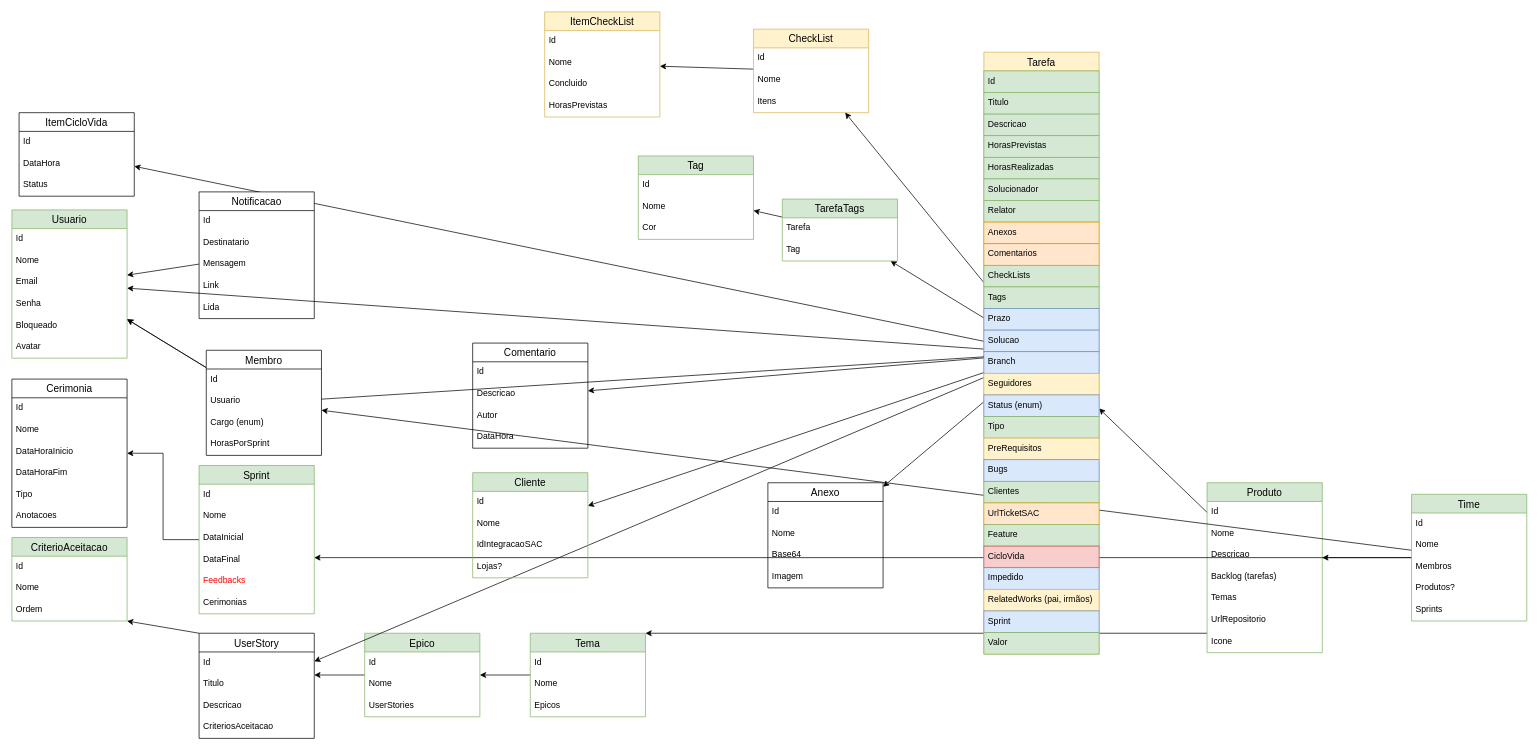
The draw.io diagram page "ordem" (2 of 2) of Agilis-Back/docs/Untitled Diagram.drawio in ddsdaniel/Agilis, before the edit. Source tidied: cells renumbered, new cells numbered last; positions are measured from the earlier drawing's top-left corner, leaving out a move shared by most shapes. Both pictures are drawn from the tidied source at 72%, with x=0, y=0 at pixel (12, 12).
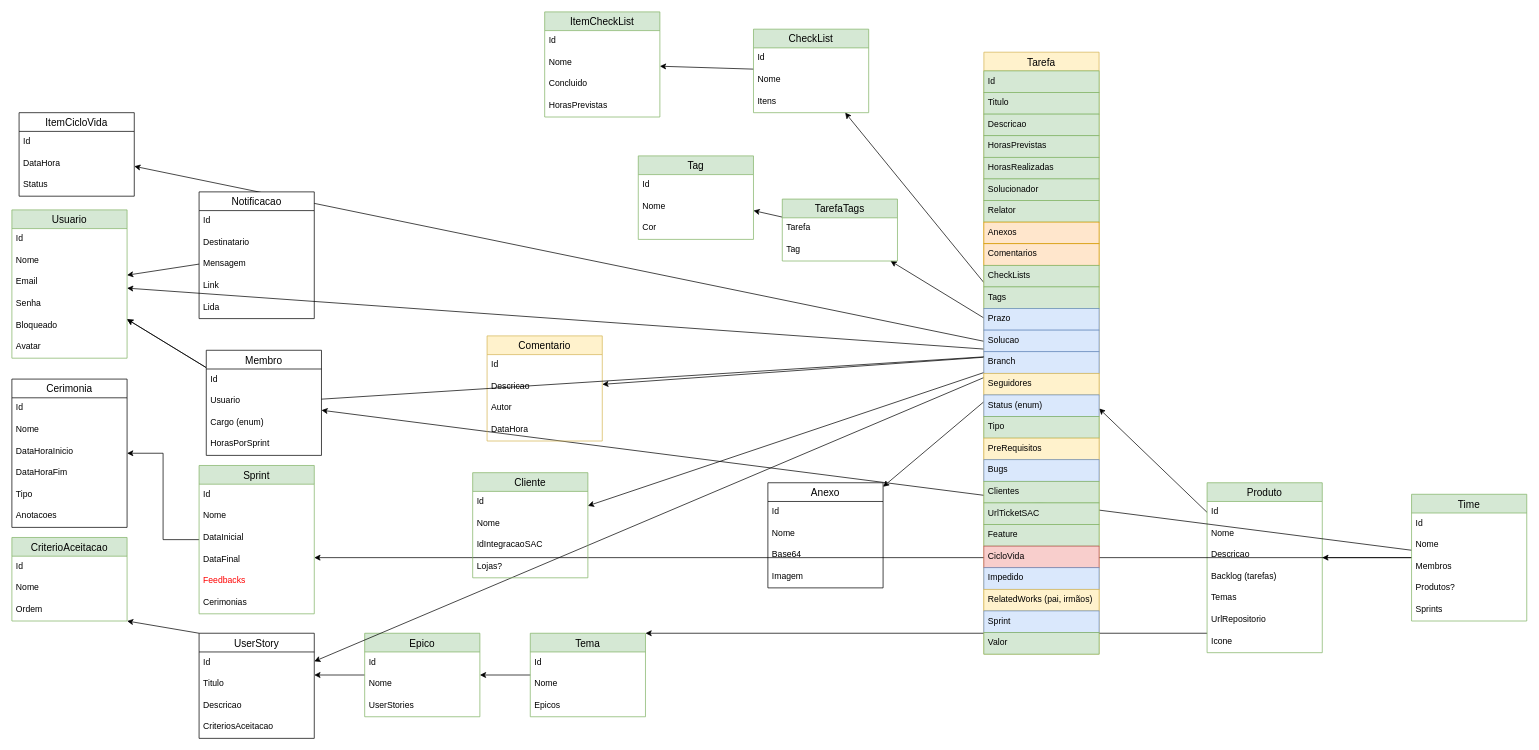
The same diagram, later.

The change refers to these unchanged cells:
```xml
<mxCell id="89" value="Tarefa" style="swimlane;fontStyle=0;horizontal=1;startSize=26;align=center;fontSize=14;fillColor=#fff2cc;strokeColor=#d6b656;" parent="1" vertex="1">
  <mxGeometry x="1350" y="56" width="160" height="836" as="geometry" />
</mxCell>
```

What changed in the source:
```diff
@@
-    <mxCell id="62" value="Comentario" style="swimlane;fontStyle=0;horizontal=1;startSize=26;align=center;fontSize=14;" parent="1" vertex="1">
-      <mxGeometry x="640" y="460" width="160" height="146" as="geometry" />
+    <mxCell id="62" value="Comentario" style="swimlane;fontStyle=0;horizontal=1;startSize=26;align=center;fontSize=14;fillColor=#fff2cc;strokeColor=#d6b656;" parent="1" vertex="1">
+      <mxGeometry x="660" y="450" width="160" height="146" as="geometry" />
     </mxCell>
@@
-    <mxCell id="68" value="CheckList" style="swimlane;fontStyle=0;horizontal=1;startSize=26;align=center;fontSize=14;fillColor=#fff2cc;strokeColor=#d6b656;" parent="1" vertex="1">
+    <mxCell id="68" value="CheckList" style="swimlane;fontStyle=0;horizontal=1;startSize=26;align=center;fontSize=14;fillColor=#d5e8d4;strokeColor=#82b366;" parent="1" vertex="1">
       <mxGeometry x="1030" y="24" width="160" height="116" as="geometry" />
     </mxCell>
@@
-    <mxCell id="72" value="ItemCheckList" style="swimlane;fontStyle=0;horizontal=1;startSize=26;align=center;fontSize=14;fillColor=#fff2cc;strokeColor=#d6b656;" parent="1" vertex="1">
+    <mxCell id="72" value="ItemCheckList" style="swimlane;fontStyle=0;horizontal=1;startSize=26;align=center;fontSize=14;fillColor=#d5e8d4;strokeColor=#82b366;" parent="1" vertex="1">
       <mxGeometry x="740" width="160" height="146" as="geometry" />
     </mxCell>
@@
-    <mxCell id="110" value="UrlTicketSAC" style="text;strokeColor=#d79b00;fillColor=#ffe6cc;spacingLeft=4;spacingRight=4;overflow=hidden;fontSize=12;" parent="89" vertex="1">
+    <mxCell id="110" value="UrlTicketSAC" style="text;strokeColor=#82b366;fillColor=#d5e8d4;spacingLeft=4;spacingRight=4;overflow=hidden;fontSize=12;" parent="89" vertex="1">
       <mxGeometry y="626" width="160" height="30" as="geometry" />
     </mxCell>
```
